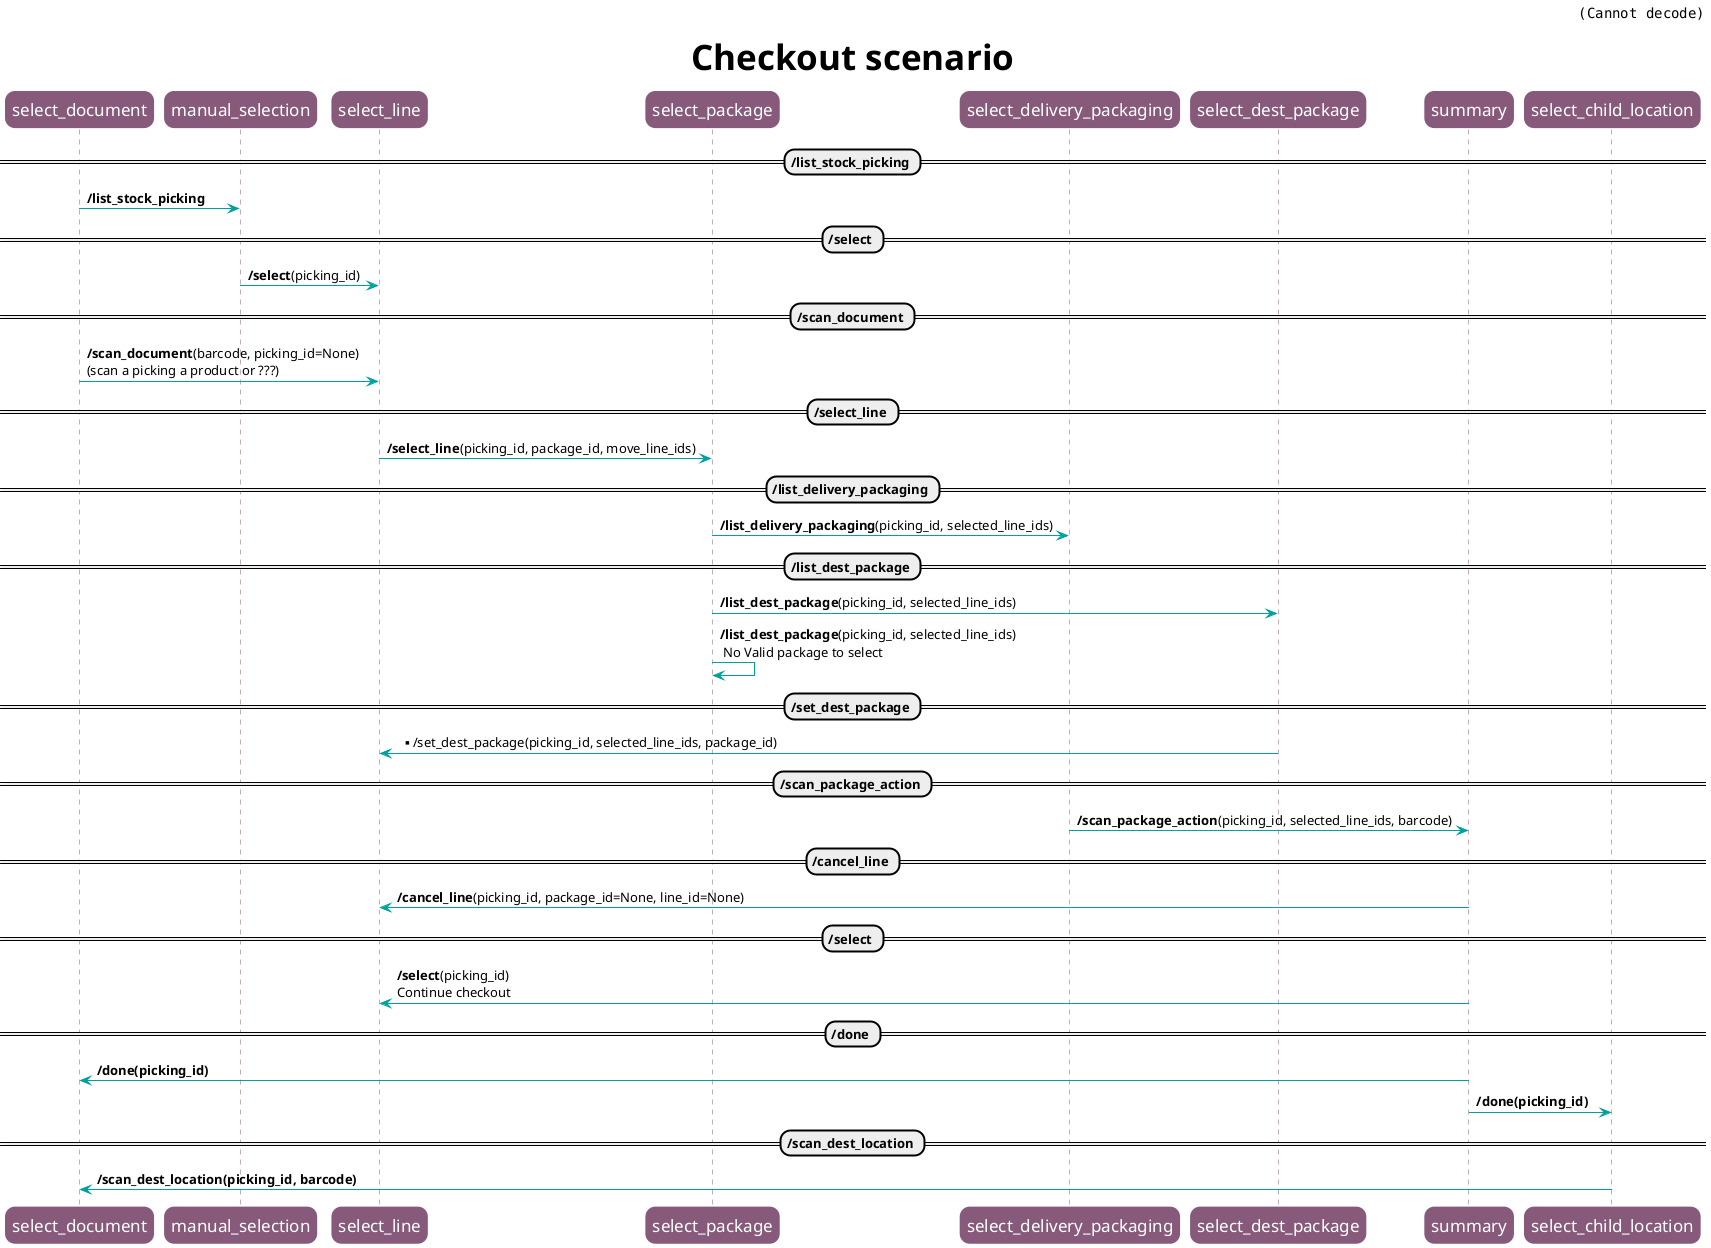
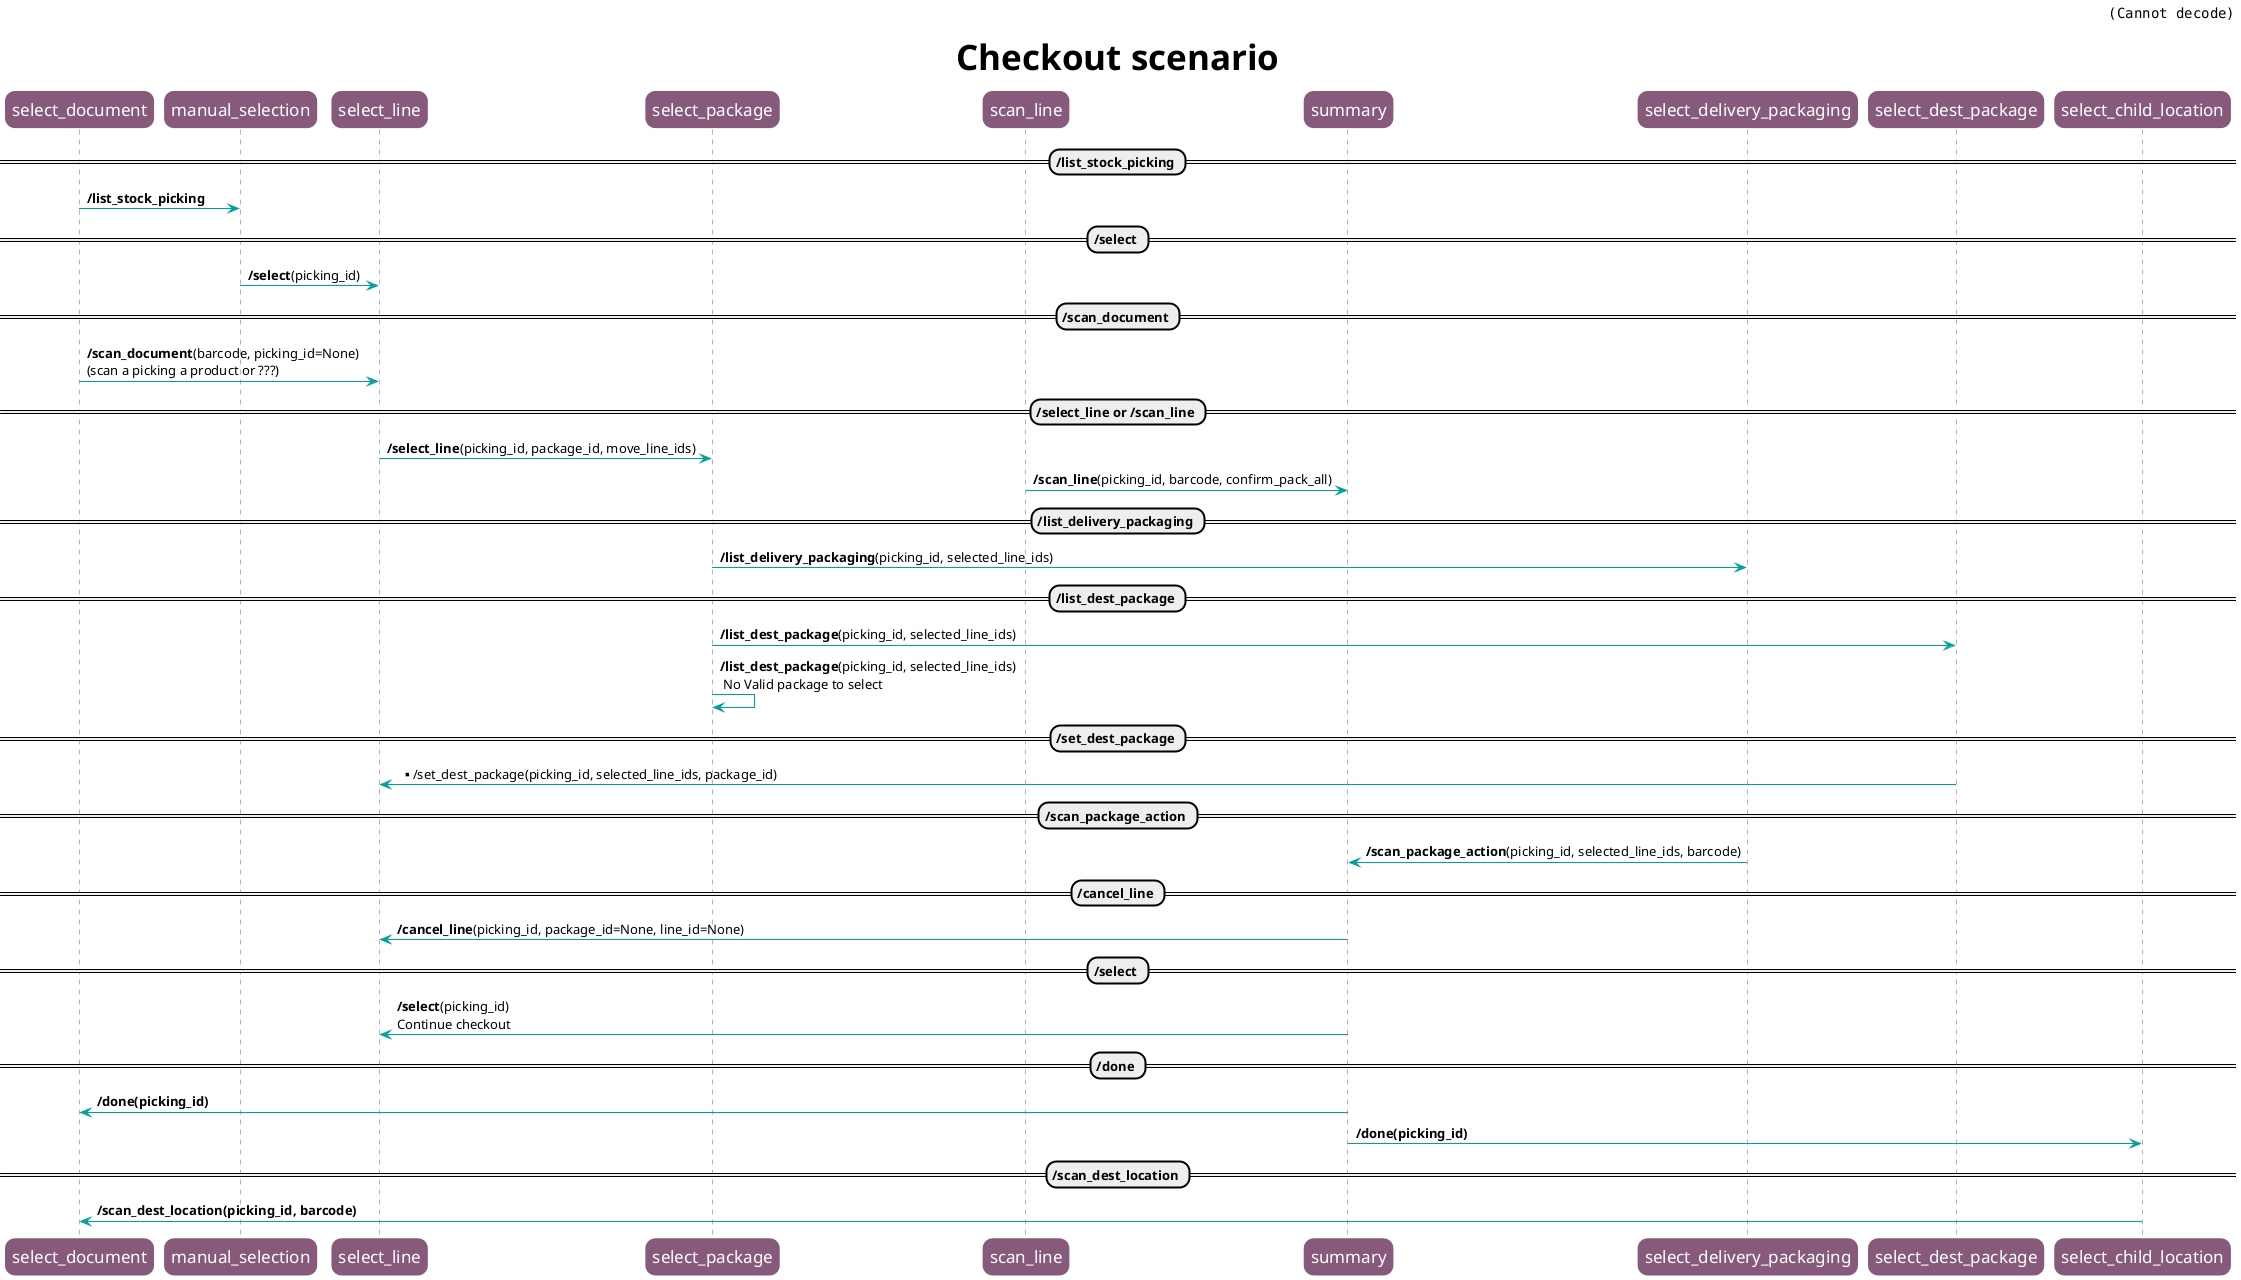
# Diagram to generate with PlantUML (https://plantuml.com/)
#
#   $ sudo apt install plantuml
#   $ plantuml checkout_diag_seq.plantuml
#

@startuml

skinparam roundcorner 20
skinparam sequence {

ParticipantBorderColor #875A7B
ParticipantBackgroundColor #875A7B
ParticipantFontSize 17
ParticipantFontColor white

LifeLineBorderColor #875A7B

ArrowColor #00A09D
}

header <img:oca_logo.png>
title <size:35>Checkout scenario</size>

== /list_stock_picking ==
select_document -> manual_selection: **/list_stock_picking**

== /select ==
manual_selection -> select_line: **/select**(picking_id)

== /scan_document ==
select_document -> select_line: **/scan_document**(barcode, picking_id=None) \n(scan a picking a product or ???)

- == /select_line ==
+ == /select_line or /scan_line ==
select_line -> select_package: **/select_line**(picking_id, package_id, move_line_ids)
+ scan_line -> summary: **/scan_line**(picking_id, barcode, confirm_pack_all)

== /list_delivery_packaging ==
select_package -> select_delivery_packaging: **/list_delivery_packaging**(picking_id, selected_line_ids)


== /list_dest_package ==
select_package -> select_dest_package: **/list_dest_package**(picking_id, selected_line_ids)
select_package -> select_package: **/list_dest_package**(picking_id, selected_line_ids) \n No Valid package to select

== /set_dest_package ==
select_dest_package -> select_line: **/set_dest_package(picking_id, selected_line_ids, package_id)

== /scan_package_action ==
select_delivery_packaging -> summary: **/scan_package_action**(picking_id, selected_line_ids, barcode)

== /cancel_line ==
summary -> select_line: **/cancel_line**(picking_id, package_id=None, line_id=None)

 == /select ==
 summary -> select_line: **/select**(picking_id) \nContinue checkout

== /done ==
summary -> select_document: **/done(picking_id)**
summary -> select_child_location: **/done(picking_id)**

== /scan_dest_location ==
select_child_location -> select_document: **/scan_dest_location(picking_id, barcode)**

@enduml
